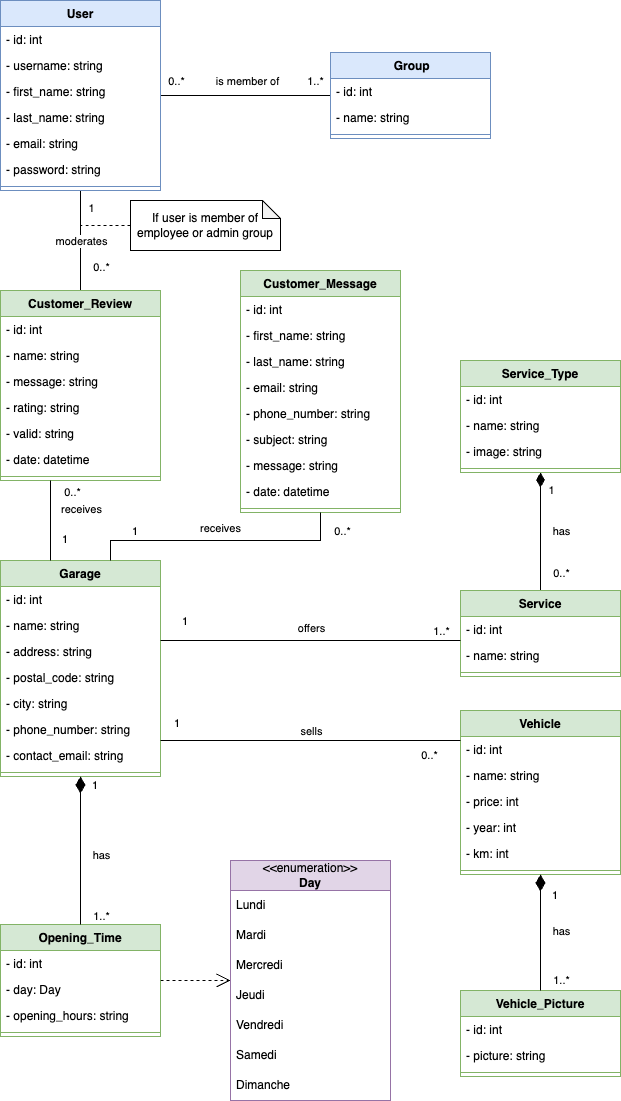
floretcl/ECF-TP-DWWM-Garage-02-06-2023 keeps this draw.io diagram as diagramme_classe.drawio.png. Above is the earlier version. Source tidied: cells renumbered, new cells last; positions are measured from the earlier drawing's top-left corner, leaving out a move shared by most shapes.
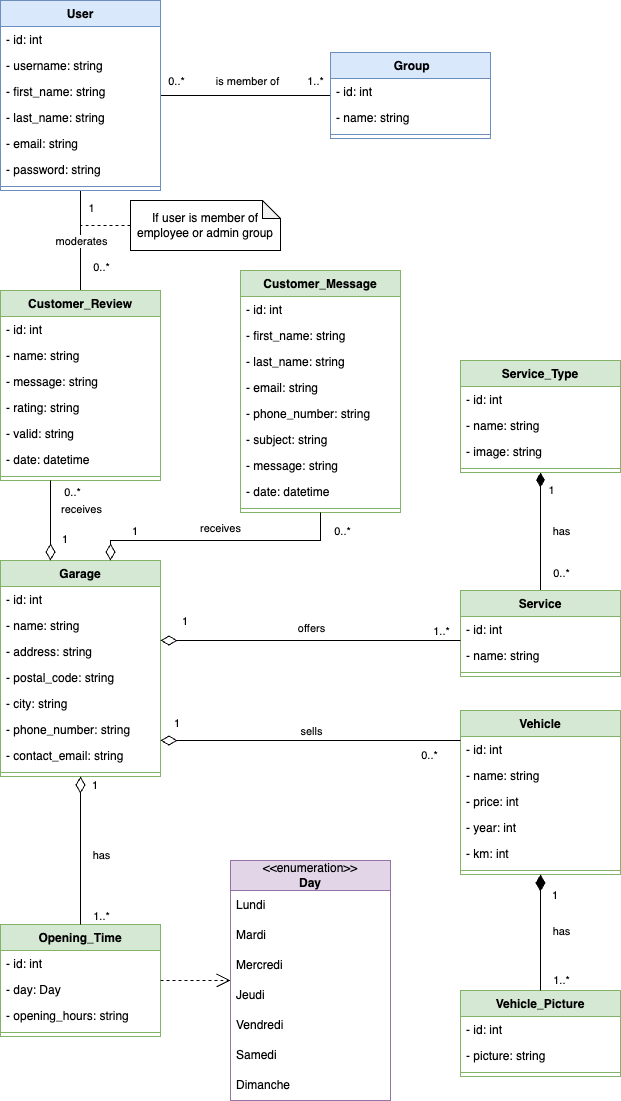
After the change.

The edit, as a diff of the source:
```diff
@@ -248,7 +248,7 @@
     <mxCell id="77" style="line;strokeWidth=1;fillColor=none;align=left;verticalAlign=middle;spacingTop=-1;spacingLeft=3;spacingRight=3;labelPosition=right;strokeColor=inherit;" parent="74" vertex="1">
       <mxGeometry y="78" width="160" height="8" as="geometry" />
     </mxCell>
-    <mxCell id="78" value="1" style="endArrow=none;html=1;endSize=12;startArrow=none;startSize=14;startFill=0;edgeStyle=orthogonalEdgeStyle;align=left;verticalAlign=bottom;rounded=0;endFill=0;" parent="1" edge="1" source="45" target="58">
+    <mxCell id="78" value="1" style="endArrow=none;html=1;endSize=12;startArrow=diamondThin;startSize=14;startFill=0;edgeStyle=orthogonalEdgeStyle;align=left;verticalAlign=bottom;rounded=0;endFill=0;" parent="1" edge="1" source="45" target="58">
       <mxGeometry x="-0.87" y="10" relative="1" as="geometry">
         <Array as="points">
           <mxPoint x="240" y="640" />
@@ -266,7 +266,7 @@
         <mxPoint y="-12" as="offset" />
       </mxGeometry>
     </mxCell>
-    <mxCell id="81" value="1" style="endArrow=none;html=1;endSize=12;startArrow=none;startSize=14;startFill=0;edgeStyle=orthogonalEdgeStyle;align=left;verticalAlign=bottom;rounded=0;endFill=0;" parent="1" edge="1" source="45" target="67">
+    <mxCell id="81" value="1" style="endArrow=none;html=1;endSize=12;startArrow=diamondThin;startSize=14;startFill=0;edgeStyle=orthogonalEdgeStyle;align=left;verticalAlign=bottom;rounded=0;endFill=0;" parent="1" edge="1" source="45" target="67">
       <mxGeometry x="-0.92" y="8" relative="1" as="geometry">
         <Array as="points">
           <mxPoint x="190" y="740" />
@@ -284,7 +284,7 @@
         <mxPoint x="-28" y="-10" as="offset" />
       </mxGeometry>
     </mxCell>
-    <mxCell id="84" value="1" style="endArrow=none;html=1;endSize=12;startArrow=diamondThin;startSize=14;startFill=1;edgeStyle=orthogonalEdgeStyle;align=left;verticalAlign=bottom;rounded=0;endFill=0;" parent="1" edge="1" source="45" target="40">
+    <mxCell id="84" value="1" style="endArrow=none;html=1;endSize=12;startArrow=diamondThin;startSize=14;startFill=0;edgeStyle=orthogonalEdgeStyle;align=left;verticalAlign=bottom;rounded=0;endFill=0;" parent="1" edge="1" source="45" target="40">
       <mxGeometry x="-0.76" y="10" relative="1" as="geometry">
         <Array as="points">
           <mxPoint x="80" y="710" />
@@ -342,7 +342,7 @@
         <mxPoint x="17" y="-2" as="offset" />
       </mxGeometry>
     </mxCell>
-    <mxCell id="99" value="1" style="endArrow=none;html=1;endSize=12;startArrow=none;startSize=14;startFill=0;edgeStyle=orthogonalEdgeStyle;align=left;verticalAlign=bottom;rounded=0;endFill=0;" parent="1" edge="1" source="45" target="30">
+    <mxCell id="99" value="1" style="endArrow=none;html=1;endSize=12;startArrow=diamondThin;startSize=14;startFill=0;edgeStyle=orthogonalEdgeStyle;align=left;verticalAlign=bottom;rounded=0;endFill=0;" parent="1" edge="1" source="45" target="30">
       <mxGeometry x="-0.69" relative="1" as="geometry">
         <Array as="points">
           <mxPoint x="110" y="540" />
@@ -360,7 +360,7 @@
         <mxPoint y="-12" as="offset" />
       </mxGeometry>
     </mxCell>
-    <mxCell id="102" value="1" style="endArrow=none;html=1;endSize=12;startArrow=none;startSize=14;startFill=0;edgeStyle=orthogonalEdgeStyle;align=left;verticalAlign=bottom;rounded=0;endFill=0;" parent="1" edge="1" source="45" target="22">
+    <mxCell id="102" value="1" style="endArrow=none;html=1;endSize=12;startArrow=diamondThin;startSize=14;startFill=0;edgeStyle=orthogonalEdgeStyle;align=left;verticalAlign=bottom;rounded=0;endFill=0;" parent="1" edge="1" source="45" target="22">
       <mxGeometry x="-0.71" y="-10" relative="1" as="geometry">
         <Array as="points">
           <mxPoint x="50" y="490" />
```
